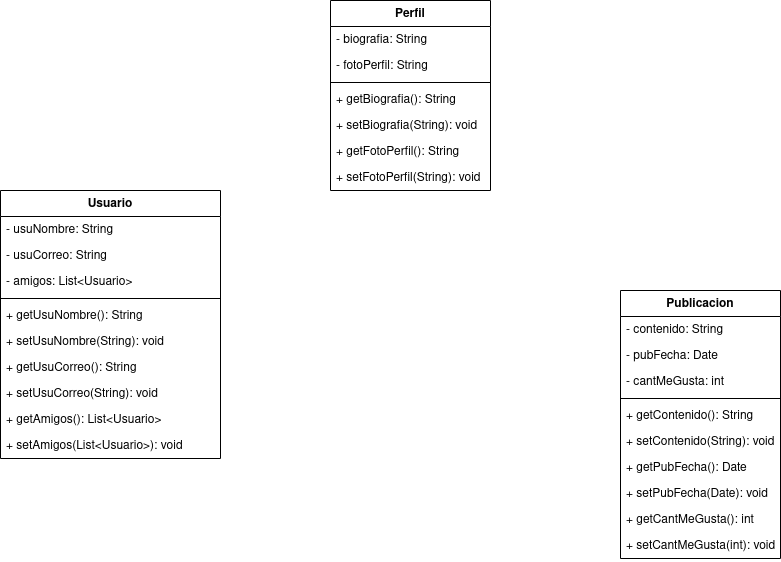
Above: ejercicio1/diagram/ejercicio1-maxi.png in mackstm/examen-ets (draw.io), before the change. Source tidied: cells renumbered, new cells last; positions are measured from the earlier drawing's top-left corner, leaving out a move shared by most shapes.
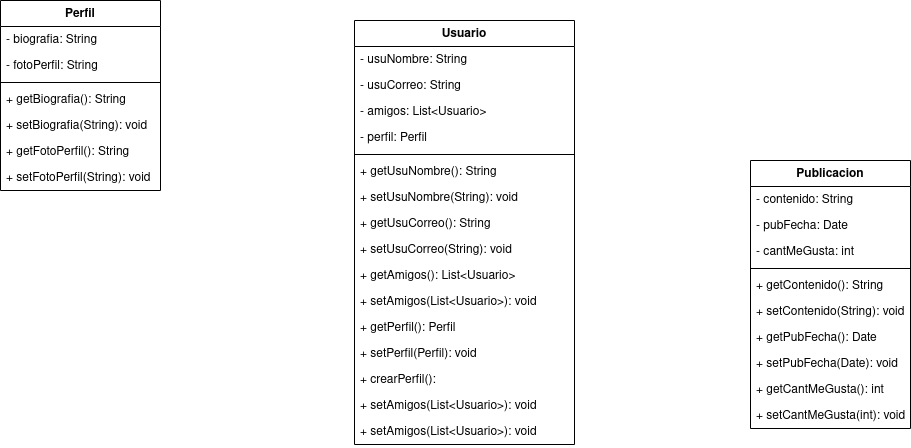
After the change.

What changed in the source:
```diff
@@ -3,7 +3,7 @@
     <mxCell id="0" />
     <mxCell id="1" parent="0" />
     <mxCell id="2" value="Usuario" style="swimlane;fontStyle=1;align=center;verticalAlign=top;horizontal=1;startSize=26;whiteSpace=wrap;html=1;" parent="1" vertex="1">
-      <mxGeometry y="190" width="220" height="268" as="geometry" />
+      <mxGeometry x="224" y="150" width="220" height="424" as="geometry" />
     </mxCell>
     <mxCell id="3" value="- usuNombre: String" style="text;strokeColor=none;fillColor=none;align=left;verticalAlign=top;spacingLeft=4;spacingRight=4;overflow=hidden;whiteSpace=wrap;html=1;" parent="2" vertex="1">
       <mxGeometry y="26" width="220" height="26" as="geometry" />
@@ -14,27 +14,45 @@
     <mxCell id="5" value="- amigos: List&amp;lt;Usuario&amp;gt;" style="text;strokeColor=none;fillColor=none;align=left;verticalAlign=top;spacingLeft=4;spacingRight=4;overflow=hidden;whiteSpace=wrap;html=1;" parent="2" vertex="1">
       <mxGeometry y="78" width="220" height="26" as="geometry" />
     </mxCell>
+    <mxCell id="32" value="- perfil: Perfil" style="text;strokeColor=none;fillColor=none;align=left;verticalAlign=top;spacingLeft=4;spacingRight=4;overflow=hidden;whiteSpace=wrap;html=1;" parent="2" vertex="1">
+      <mxGeometry y="104" width="220" height="26" as="geometry" />
+    </mxCell>
     <mxCell id="6" style="line;strokeWidth=1;fillColor=none;align=left;verticalAlign=middle;spacingTop=-1;spacingLeft=3;spacingRight=3;labelPosition=right;strokeColor=inherit;" parent="2" vertex="1">
-      <mxGeometry y="104" width="220" height="8" as="geometry" />
+      <mxGeometry y="130" width="220" height="8" as="geometry" />
     </mxCell>
     <mxCell id="7" value="+ getUsuNombre(): String" style="text;strokeColor=none;fillColor=none;align=left;verticalAlign=top;spacingLeft=4;spacingRight=4;overflow=hidden;whiteSpace=wrap;html=1;" parent="2" vertex="1">
-      <mxGeometry y="112" width="220" height="26" as="geometry" />
+      <mxGeometry y="138" width="220" height="26" as="geometry" />
     </mxCell>
     <mxCell id="8" value="+ setUsuNombre(String): void" style="text;strokeColor=none;fillColor=none;align=left;verticalAlign=top;spacingLeft=4;spacingRight=4;overflow=hidden;whiteSpace=wrap;html=1;" parent="2" vertex="1">
-      <mxGeometry y="138" width="220" height="26" as="geometry" />
+      <mxGeometry y="164" width="220" height="26" as="geometry" />
     </mxCell>
     <mxCell id="9" value="+ getUsuCorreo(): String" style="text;strokeColor=none;fillColor=none;align=left;verticalAlign=top;spacingLeft=4;spacingRight=4;overflow=hidden;whiteSpace=wrap;html=1;" parent="2" vertex="1">
-      <mxGeometry y="164" width="220" height="26" as="geometry" />
+      <mxGeometry y="190" width="220" height="26" as="geometry" />
     </mxCell>
     <mxCell id="10" value="+ setUsuCorreo(String): void" style="text;strokeColor=none;fillColor=none;align=left;verticalAlign=top;spacingLeft=4;spacingRight=4;overflow=hidden;whiteSpace=wrap;html=1;" parent="2" vertex="1">
-      <mxGeometry y="190" width="220" height="26" as="geometry" />
+      <mxGeometry y="216" width="220" height="26" as="geometry" />
     </mxCell>
     <mxCell id="11" value="+ getAmigos(): List&amp;lt;Usuario&amp;gt;" style="text;strokeColor=none;fillColor=none;align=left;verticalAlign=top;spacingLeft=4;spacingRight=4;overflow=hidden;whiteSpace=wrap;html=1;" parent="2" vertex="1">
-      <mxGeometry y="216" width="220" height="26" as="geometry" />
+      <mxGeometry y="242" width="220" height="26" as="geometry" />
     </mxCell>
+    <mxCell id="33" value="+ setAmigos(List&amp;lt;Usuario&amp;gt;): void" style="text;strokeColor=none;fillColor=none;align=left;verticalAlign=top;spacingLeft=4;spacingRight=4;overflow=hidden;whiteSpace=wrap;html=1;" parent="2" vertex="1">
+      <mxGeometry y="268" width="220" height="26" as="geometry" />
+    </mxCell>
+    <mxCell id="34" value="+ getPerfil(): Perfil" style="text;strokeColor=none;fillColor=none;align=left;verticalAlign=top;spacingLeft=4;spacingRight=4;overflow=hidden;whiteSpace=wrap;html=1;" parent="2" vertex="1">
+      <mxGeometry y="294" width="220" height="26" as="geometry" />
+    </mxCell>
+    <mxCell id="35" value="+ setPerfil(Perfil): void" style="text;strokeColor=none;fillColor=none;align=left;verticalAlign=top;spacingLeft=4;spacingRight=4;overflow=hidden;whiteSpace=wrap;html=1;" parent="2" vertex="1">
+      <mxGeometry y="320" width="220" height="26" as="geometry" />
+    </mxCell>
+    <mxCell id="36" value="+ crearPerfil():" style="text;strokeColor=none;fillColor=none;align=left;verticalAlign=top;spacingLeft=4;spacingRight=4;overflow=hidden;whiteSpace=wrap;html=1;" parent="2" vertex="1">
+      <mxGeometry y="346" width="220" height="26" as="geometry" />
+    </mxCell>
     <mxCell id="12" value="+ setAmigos(List&amp;lt;Usuario&amp;gt;): void" style="text;strokeColor=none;fillColor=none;align=left;verticalAlign=top;spacingLeft=4;spacingRight=4;overflow=hidden;whiteSpace=wrap;html=1;" parent="2" vertex="1">
-      <mxGeometry y="242" width="220" height="26" as="geometry" />
+      <mxGeometry y="372" width="220" height="26" as="geometry" />
     </mxCell>
+    <mxCell id="37" value="+ setAmigos(List&amp;lt;Usuario&amp;gt;): void" style="text;strokeColor=none;fillColor=none;align=left;verticalAlign=top;spacingLeft=4;spacingRight=4;overflow=hidden;whiteSpace=wrap;html=1;" parent="2" vertex="1">
+      <mxGeometry y="398" width="220" height="26" as="geometry" />
+    </mxCell>
     <mxCell id="13" value="Publicacion" style="swimlane;fontStyle=1;align=center;verticalAlign=top;horizontal=1;startSize=26;whiteSpace=wrap;html=1;" parent="1" vertex="1">
       <mxGeometry x="620" y="290" width="160" height="268" as="geometry" />
     </mxCell>
@@ -69,7 +87,7 @@
       <mxGeometry y="242" width="160" height="26" as="geometry" />
     </mxCell>
     <mxCell id="24" value="Perfil" style="swimlane;fontStyle=1;align=center;verticalAlign=top;horizontal=1;startSize=26;whiteSpace=wrap;html=1;" parent="1" vertex="1">
-      <mxGeometry x="330" width="160" height="190" as="geometry" />
+      <mxGeometry x="-130" y="130" width="160" height="190" as="geometry" />
     </mxCell>
     <mxCell id="25" value="&lt;div&gt;- biografia: String&lt;/div&gt;" style="text;strokeColor=none;fillColor=none;align=left;verticalAlign=top;spacingLeft=4;spacingRight=4;overflow=hidden;whiteSpace=wrap;html=1;" parent="24" vertex="1">
       <mxGeometry y="26" width="160" height="26" as="geometry" />
```
